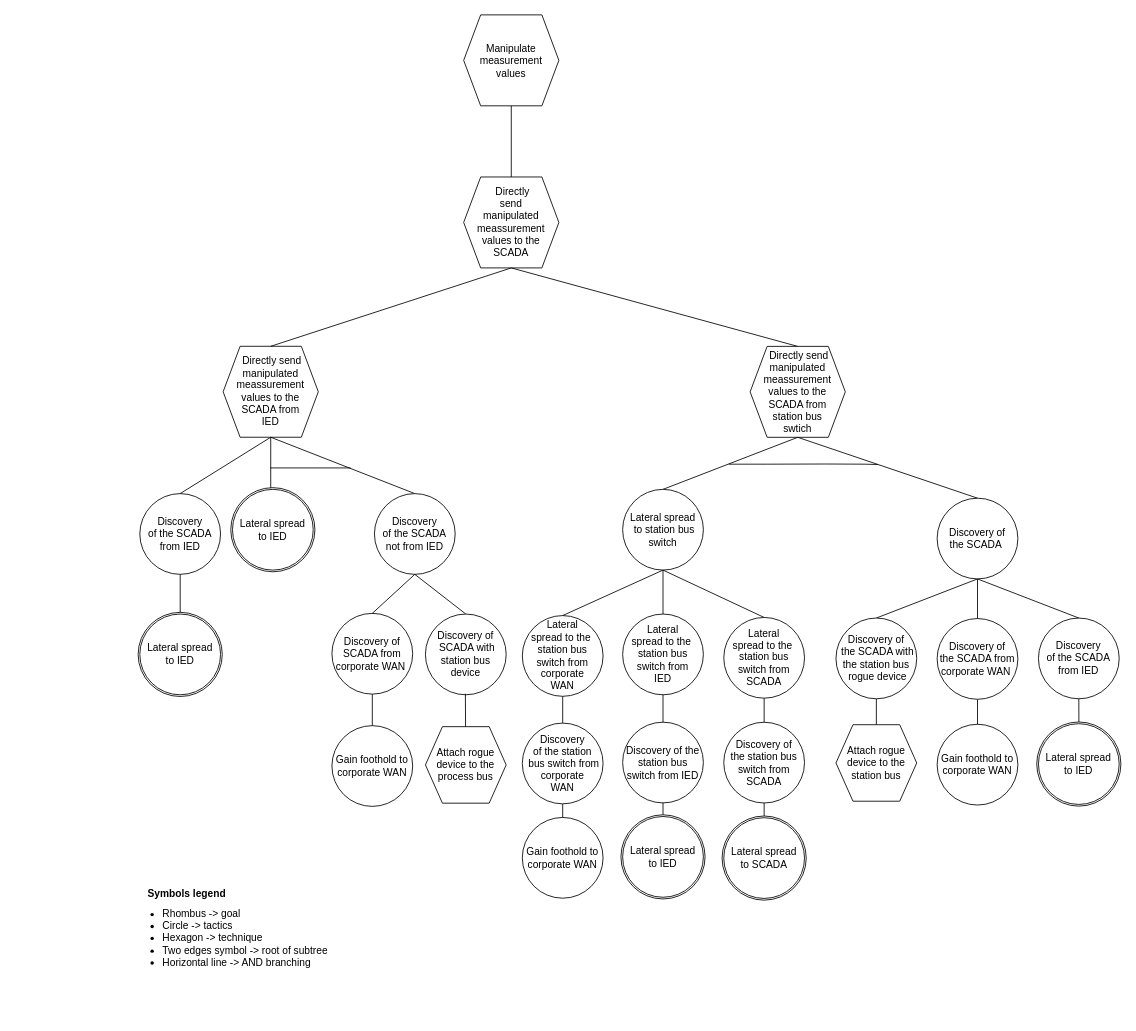
This is drawIO_trees/solution_3_2_2.drawio from mihaelM/Attack_trees, a draw.io file, before an edit. Source tidied: cells renumbered, new cells numbered last; positions are measured from the earlier drawing's top-left corner, leaving out a move shared by most shapes. Both pictures are drawn from the tidied source at 85%, with x=0, y=0 at pixel (127, 14).
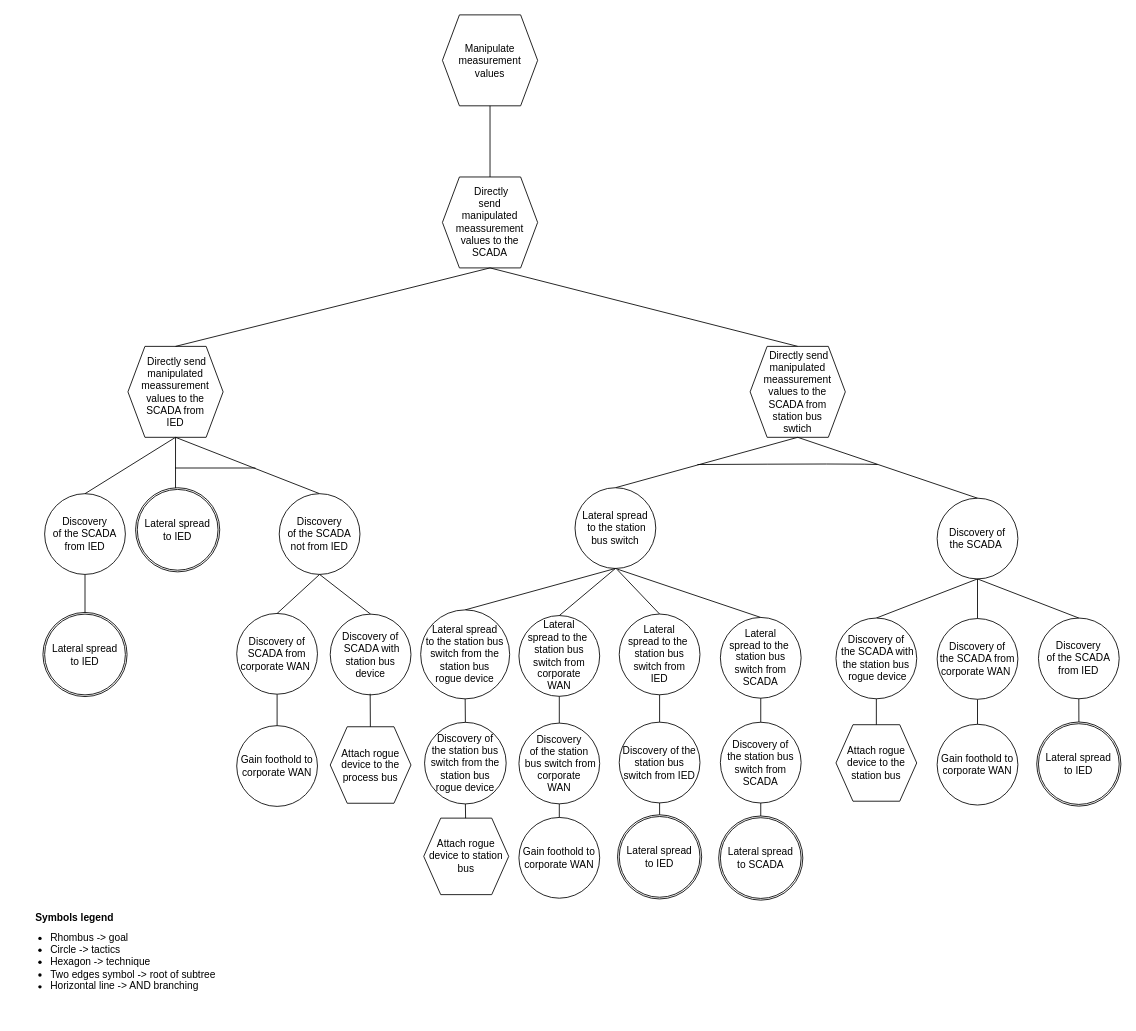
Above is the later version.

The edit, as a diff of the source:
```diff
@@
     <mxCell id="2" value="&lt;font style=&quot;font-size: 12px&quot;&gt;Symbols legend&lt;/font&gt;" style="text;strokeColor=none;fillColor=none;html=1;fontSize=24;fontStyle=1;verticalAlign=middle;align=center;" parent="1" vertex="1">
-      <mxGeometry x="20" y="1010" width="100" height="40" as="geometry" />
+      <mxGeometry x="-112" y="1038.1" width="100" height="40" as="geometry" />
     </mxCell>
     <mxCell id="3" value="&lt;ul&gt;&lt;li&gt;&lt;span&gt;Rhombus -&amp;gt; goal&lt;/span&gt;&lt;/li&gt;&lt;li&gt;&lt;span&gt;Circle -&amp;gt; tactics&lt;/span&gt;&lt;br&gt;&lt;/li&gt;&lt;li&gt;Hexagon -&amp;gt; technique&lt;/li&gt;&lt;li&gt;Two edges symbol -&amp;gt; root of subtree&lt;/li&gt;&lt;li&gt;Horizontal line -&amp;gt; AND branching&lt;/li&gt;&lt;/ul&gt;" style="text;strokeColor=none;fillColor=none;html=1;whiteSpace=wrap;verticalAlign=middle;overflow=hidden;fontSize=12;" parent="1" vertex="1">
-      <mxGeometry y="1021" width="256" height="129" as="geometry" />
+      <mxGeometry x="-132" y="1049.2" width="256" height="129" as="geometry" />
     </mxCell>
     <mxCell id="4" value="Manipulate measurement values" style="shape=hexagon;perimeter=hexagonPerimeter2;whiteSpace=wrap;html=1;fixedSize=1;" parent="1" vertex="1">
-      <mxGeometry x="396" width="112" height="107" as="geometry" />
+      <mxGeometry x="371" width="112" height="107" as="geometry" />
     </mxCell>
     <mxCell id="5" value="&amp;nbsp;Directly&lt;br&gt;send&lt;br&gt;manipulated&lt;br&gt;meassurement&lt;br&gt;values to the&lt;br&gt;SCADA" style="shape=hexagon;perimeter=hexagonPerimeter2;whiteSpace=wrap;html=1;fixedSize=1;" parent="1" vertex="1">
-      <mxGeometry x="396" y="190.7" width="112" height="107" as="geometry" />
+      <mxGeometry x="371" y="190.7" width="112" height="107" as="geometry" />
     </mxCell>
@@
     <mxCell id="8" value="Discovery&lt;br&gt;of the SCADA from IED" style="ellipse;whiteSpace=wrap;html=1;" parent="1" vertex="1">
-      <mxGeometry x="15" y="563.2" width="95" height="95" as="geometry" />
+      <mxGeometry x="-97" y="563.3" width="95" height="95" as="geometry" />
     </mxCell>
@@
     <mxCell id="10" value="&amp;nbsp;Directly send&lt;br&gt;manipulated&lt;br&gt;meassurement&lt;br&gt;values to the&lt;br&gt;SCADA from&lt;br&gt;IED" style="shape=hexagon;perimeter=hexagonPerimeter2;whiteSpace=wrap;html=1;fixedSize=1;" parent="1" vertex="1">
-      <mxGeometry x="113" y="389.9" width="112" height="107" as="geometry" />
+      <mxGeometry x="1" y="390" width="112" height="107" as="geometry" />
     </mxCell>
@@
     <mxCell id="12" style="endArrow=none;html=1;rounded=0;exitX=0.5;exitY=1;exitDx=0;exitDy=0;entryX=0.5;entryY=0;entryDx=0;entryDy=0;" parent="1" edge="1" source="10">
       <mxGeometry relative="1" as="geometry">
-        <mxPoint x="169" y="600.2" as="targetPoint" />
+        <mxPoint x="57" y="600.3" as="targetPoint" />
       </mxGeometry>
     </mxCell>
@@
     <mxCell id="14" value="Discovery&lt;br&gt;of the SCADA not from IED" style="ellipse;whiteSpace=wrap;html=1;" parent="1" vertex="1">
-      <mxGeometry x="291" y="563.2" width="95" height="95" as="geometry" />
+      <mxGeometry x="179" y="563.3" width="95" height="95" as="geometry" />
     </mxCell>
     <mxCell id="15" value="Gain foothold to corporate WAN" style="ellipse;whiteSpace=wrap;html=1;" parent="1" vertex="1">
-      <mxGeometry x="241" y="836.2" width="95" height="95" as="geometry" />
+      <mxGeometry x="129" y="836.2" width="95" height="95" as="geometry" />
     </mxCell>
@@
     <mxCell id="17" value="Discovery&amp;nbsp;of &lt;br&gt;SCADA from corporate WAN&amp;nbsp;" style="ellipse;whiteSpace=wrap;html=1;" parent="1" vertex="1">
-      <mxGeometry x="241" y="704.1" width="95" height="95" as="geometry" />
+      <mxGeometry x="129" y="704.2" width="95" height="95" as="geometry" />
     </mxCell>
@@
     <mxCell id="19" value="Attach rogue device to the process bus" style="shape=hexagon;perimeter=hexagonPerimeter2;whiteSpace=wrap;html=1;fixedSize=1;" parent="1" vertex="1">
-      <mxGeometry x="351" y="837.4" width="95" height="90" as="geometry" />
+      <mxGeometry x="239" y="837.5" width="95" height="90" as="geometry" />
     </mxCell>
     <mxCell id="20" value="Discovery of&lt;br&gt;&amp;nbsp;SCADA with station bus device" style="ellipse;whiteSpace=wrap;html=1;" parent="1" vertex="1">
-      <mxGeometry x="351" y="704.9" width="95" height="95" as="geometry" />
+      <mxGeometry x="239" y="705" width="95" height="95" as="geometry" />
     </mxCell>
     <mxCell id="21" style="endArrow=none;html=1;rounded=0;entryX=0.5;entryY=1;entryDx=0;entryDy=0;" parent="1" edge="1" source="19">
       <mxGeometry relative="1" as="geometry">
-        <mxPoint x="398" y="798.6" as="targetPoint" />
+        <mxPoint x="286" y="798.7" as="targetPoint" />
       </mxGeometry>
     </mxCell>
@@
     <mxCell id="23" style="endArrow=none;html=1;rounded=0;" parent="1" edge="1">
       <mxGeometry relative="1" as="geometry">
-        <mxPoint x="168.4" y="533" as="sourcePoint" />
-        <mxPoint x="263" y="533" as="targetPoint" />
+        <mxPoint x="56.4" y="533.1" as="sourcePoint" />
+        <mxPoint x="151" y="533.1" as="targetPoint" />
       </mxGeometry>
     </mxCell>
@@
     <mxCell id="35" style="endArrow=none;html=1;rounded=0;" parent="1" edge="1">
       <mxGeometry relative="1" as="geometry">
-        <mxPoint x="708" y="528.6" as="sourcePoint" />
+        <mxPoint x="671" y="529" as="sourcePoint" />
         <mxPoint x="883" y="529" as="targetPoint" />
         <Array as="points">
           <mxPoint x="753" y="528.6" />
           <mxPoint x="823" y="528.4" />
           <mxPoint x="868" y="528.6" />
         </Array>
       </mxGeometry>
     </mxCell>
-    <mxCell id="36" value="Lateral spread&lt;br&gt;&amp;nbsp;to station bus switch" style="ellipse;whiteSpace=wrap;html=1;" parent="1" vertex="1">
-      <mxGeometry x="583" y="558.2" width="95" height="95" as="geometry" />
+    <mxCell id="36" value="Lateral spread&lt;br&gt;&amp;nbsp;to the station bus switch" style="ellipse;whiteSpace=wrap;html=1;" parent="1" vertex="1">
+      <mxGeometry x="527" y="556.3" width="95" height="95" as="geometry" />
     </mxCell>
@@
     <mxCell id="41" value="Gain foothold to corporate WAN" style="ellipse;whiteSpace=wrap;html=1;" parent="1" vertex="1">
-      <mxGeometry x="465" y="944.2" width="95" height="95" as="geometry" />
+      <mxGeometry x="461" y="944.2" width="95" height="95" as="geometry" />
     </mxCell>
@@
     <mxCell id="43" value="Discovery&lt;br&gt;of the station&lt;br&gt;&amp;nbsp;bus switch from corporate&lt;br&gt;WAN" style="ellipse;whiteSpace=wrap;html=1;" parent="1" vertex="1">
-      <mxGeometry x="465" y="833.2" width="95" height="95" as="geometry" />
+      <mxGeometry x="461" y="833.2" width="95" height="95" as="geometry" />
     </mxCell>
     <mxCell id="44" value="Lateral &lt;br&gt;spread to the&amp;nbsp;&lt;br&gt;station bus switch from corporate &lt;br&gt;WAN" style="ellipse;whiteSpace=wrap;html=1;" parent="1" vertex="1">
-      <mxGeometry x="465" y="706.7" width="95" height="95" as="geometry" />
+      <mxGeometry x="461" y="706.7" width="95" height="95" as="geometry" />
     </mxCell>
@@
     <mxCell id="47" value="Discovery of the station bus switch from IED" style="ellipse;whiteSpace=wrap;html=1;" parent="1" vertex="1">
-      <mxGeometry x="583" y="832.1" width="95" height="95" as="geometry" />
+      <mxGeometry x="579" y="832.1" width="95" height="95" as="geometry" />
     </mxCell>
     <mxCell id="48" value="Lateral &lt;br&gt;spread to the&amp;nbsp;&lt;br&gt;station bus switch from &lt;br&gt;IED" style="ellipse;whiteSpace=wrap;html=1;" parent="1" vertex="1">
-      <mxGeometry x="583" y="704.9" width="95" height="95" as="geometry" />
+      <mxGeometry x="579" y="704.9" width="95" height="95" as="geometry" />
     </mxCell>
@@
-    <mxCell id="50" style="endArrow=none;html=1;rounded=0;entryX=0.5;entryY=0;entryDx=0;entryDy=0;exitX=0.5;exitY=1;exitDx=0;exitDy=0;" parent="1" edge="1" target="48">
+    <mxCell id="50" style="endArrow=none;html=1;rounded=0;entryX=0.5;entryY=0;entryDx=0;entryDy=0;" parent="1" edge="1" target="48">
       <mxGeometry relative="1" as="geometry">
-        <mxPoint x="630.5" y="653.5" as="sourcePoint" />
+        <mxPoint x="577" y="653" as="sourcePoint" />
       </mxGeometry>
     </mxCell>
@@
     <mxCell id="52" value="Lateral &lt;br&gt;spread to the&amp;nbsp;&lt;br&gt;station bus switch from &lt;br&gt;SCADA" style="ellipse;whiteSpace=wrap;html=1;" parent="1" vertex="1">
-      <mxGeometry x="702" y="708.9" width="95" height="95" as="geometry" />
+      <mxGeometry x="698" y="708.9" width="95" height="95" as="geometry" />
     </mxCell>
     <mxCell id="53" value="Discovery of &lt;br&gt;the station bus switch from SCADA" style="ellipse;whiteSpace=wrap;html=1;" parent="1" vertex="1">
-      <mxGeometry x="702" y="832.2" width="95" height="95" as="geometry" />
+      <mxGeometry x="698" y="832.2" width="95" height="95" as="geometry" />
     </mxCell>
@@
     <mxCell id="56" style="endArrow=none;html=1;rounded=0;exitX=0.5;exitY=1;exitDx=0;exitDy=0;entryX=0.5;entryY=0;entryDx=0;entryDy=0;" parent="1" edge="1" source="53">
       <mxGeometry relative="1" as="geometry">
-        <mxPoint x="749.5" y="945.9" as="targetPoint" />
+        <mxPoint x="745.5" y="945.9" as="targetPoint" />
       </mxGeometry>
     </mxCell>
     <mxCell id="57" style="ellipse;whiteSpace=wrap;html=1;" parent="1" vertex="1">
-      <mxGeometry x="13" y="702.9" width="99" height="99" as="geometry" />
+      <mxGeometry x="-99" y="703" width="99" height="99" as="geometry" />
     </mxCell>
     <mxCell id="58" value="Lateral spread&lt;br&gt;to IED" style="ellipse;whiteSpace=wrap;html=1;" parent="1" vertex="1">
-      <mxGeometry x="15" y="704.9" width="95" height="95" as="geometry" />
+      <mxGeometry x="-97" y="705" width="95" height="95" as="geometry" />
     </mxCell>
     <mxCell id="59" style="ellipse;whiteSpace=wrap;html=1;" parent="1" vertex="1">
-      <mxGeometry x="122" y="556.2" width="99" height="99" as="geometry" />
+      <mxGeometry x="10" y="556.3" width="99" height="99" as="geometry" />
     </mxCell>
     <mxCell id="60" value="Lateral spread&lt;br&gt;to IED" style="ellipse;whiteSpace=wrap;html=1;" parent="1" vertex="1">
-      <mxGeometry x="124" y="558.2" width="95" height="95" as="geometry" />
+      <mxGeometry x="12" y="558.3" width="95" height="95" as="geometry" />
     </mxCell>
     <mxCell id="61" style="ellipse;whiteSpace=wrap;html=1;" parent="1" vertex="1">
-      <mxGeometry x="581" y="941.1" width="99" height="99" as="geometry" />
+      <mxGeometry x="577" y="941.1" width="99" height="99" as="geometry" />
     </mxCell>
     <mxCell id="62" value="Lateral spread&lt;br&gt;to IED" style="ellipse;whiteSpace=wrap;html=1;" parent="1" vertex="1">
-      <mxGeometry x="583" y="943.1" width="95" height="95" as="geometry" />
+      <mxGeometry x="579" y="943.1" width="95" height="95" as="geometry" />
     </mxCell>
     <mxCell id="63" style="ellipse;whiteSpace=wrap;html=1;" parent="1" vertex="1">
-      <mxGeometry x="700" y="942.5" width="99" height="99" as="geometry" />
+      <mxGeometry x="696" y="942.5" width="99" height="99" as="geometry" />
     </mxCell>
     <mxCell id="64" value="Lateral spread&lt;br&gt;to SCADA" style="ellipse;whiteSpace=wrap;html=1;" parent="1" vertex="1">
-      <mxGeometry x="702" y="944.5" width="95" height="95" as="geometry" />
+      <mxGeometry x="698" y="944.5" width="95" height="95" as="geometry" />
     </mxCell>
@@
+    <mxCell id="68" style="endArrow=none;html=1;rounded=0;entryX=0.5;entryY=0;entryDx=0;entryDy=0;exitX=0.5;exitY=1;exitDx=0;exitDy=0;" parent="1" edge="1" source="36" target="69">
+      <mxGeometry relative="1" as="geometry" />
+    </mxCell>
+    <mxCell id="69" value="Lateral spread &lt;br&gt;to the station bus switch from the&lt;br&gt;station bus &lt;br&gt;rogue&amp;nbsp;device" style="ellipse;whiteSpace=wrap;html=1;" parent="1" vertex="1">
+      <mxGeometry x="345.4" y="700" width="104.7" height="104.7" as="geometry" />
+    </mxCell>
+    <mxCell id="70" value="Discovery of &lt;br&gt;the station bus switch&amp;nbsp;from the station bus &lt;br&gt;rogue device" style="ellipse;whiteSpace=wrap;html=1;" parent="1" vertex="1">
+      <mxGeometry x="350" y="832.3" width="96" height="96" as="geometry" />
+    </mxCell>
+    <mxCell id="71" value="Attach rogue device to station bus" style="shape=hexagon;perimeter=hexagonPerimeter2;whiteSpace=wrap;html=1;fixedSize=1;" parent="1" vertex="1">
+      <mxGeometry x="349" y="945" width="100" height="90" as="geometry" />
+    </mxCell>
+    <mxCell id="72" style="endArrow=none;html=1;rounded=0;entryX=0.5;entryY=1;entryDx=0;entryDy=0;" parent="1" edge="1" source="71" target="70">
+      <mxGeometry relative="1" as="geometry" />
+    </mxCell>
+    <mxCell id="73" style="endArrow=none;html=1;rounded=0;exitX=0.5;exitY=0;exitDx=0;exitDy=0;entryX=0.5;entryY=1;entryDx=0;entryDy=0;" parent="1" edge="1" source="70" target="69">
+      <mxGeometry relative="1" as="geometry" />
+    </mxCell>
```
